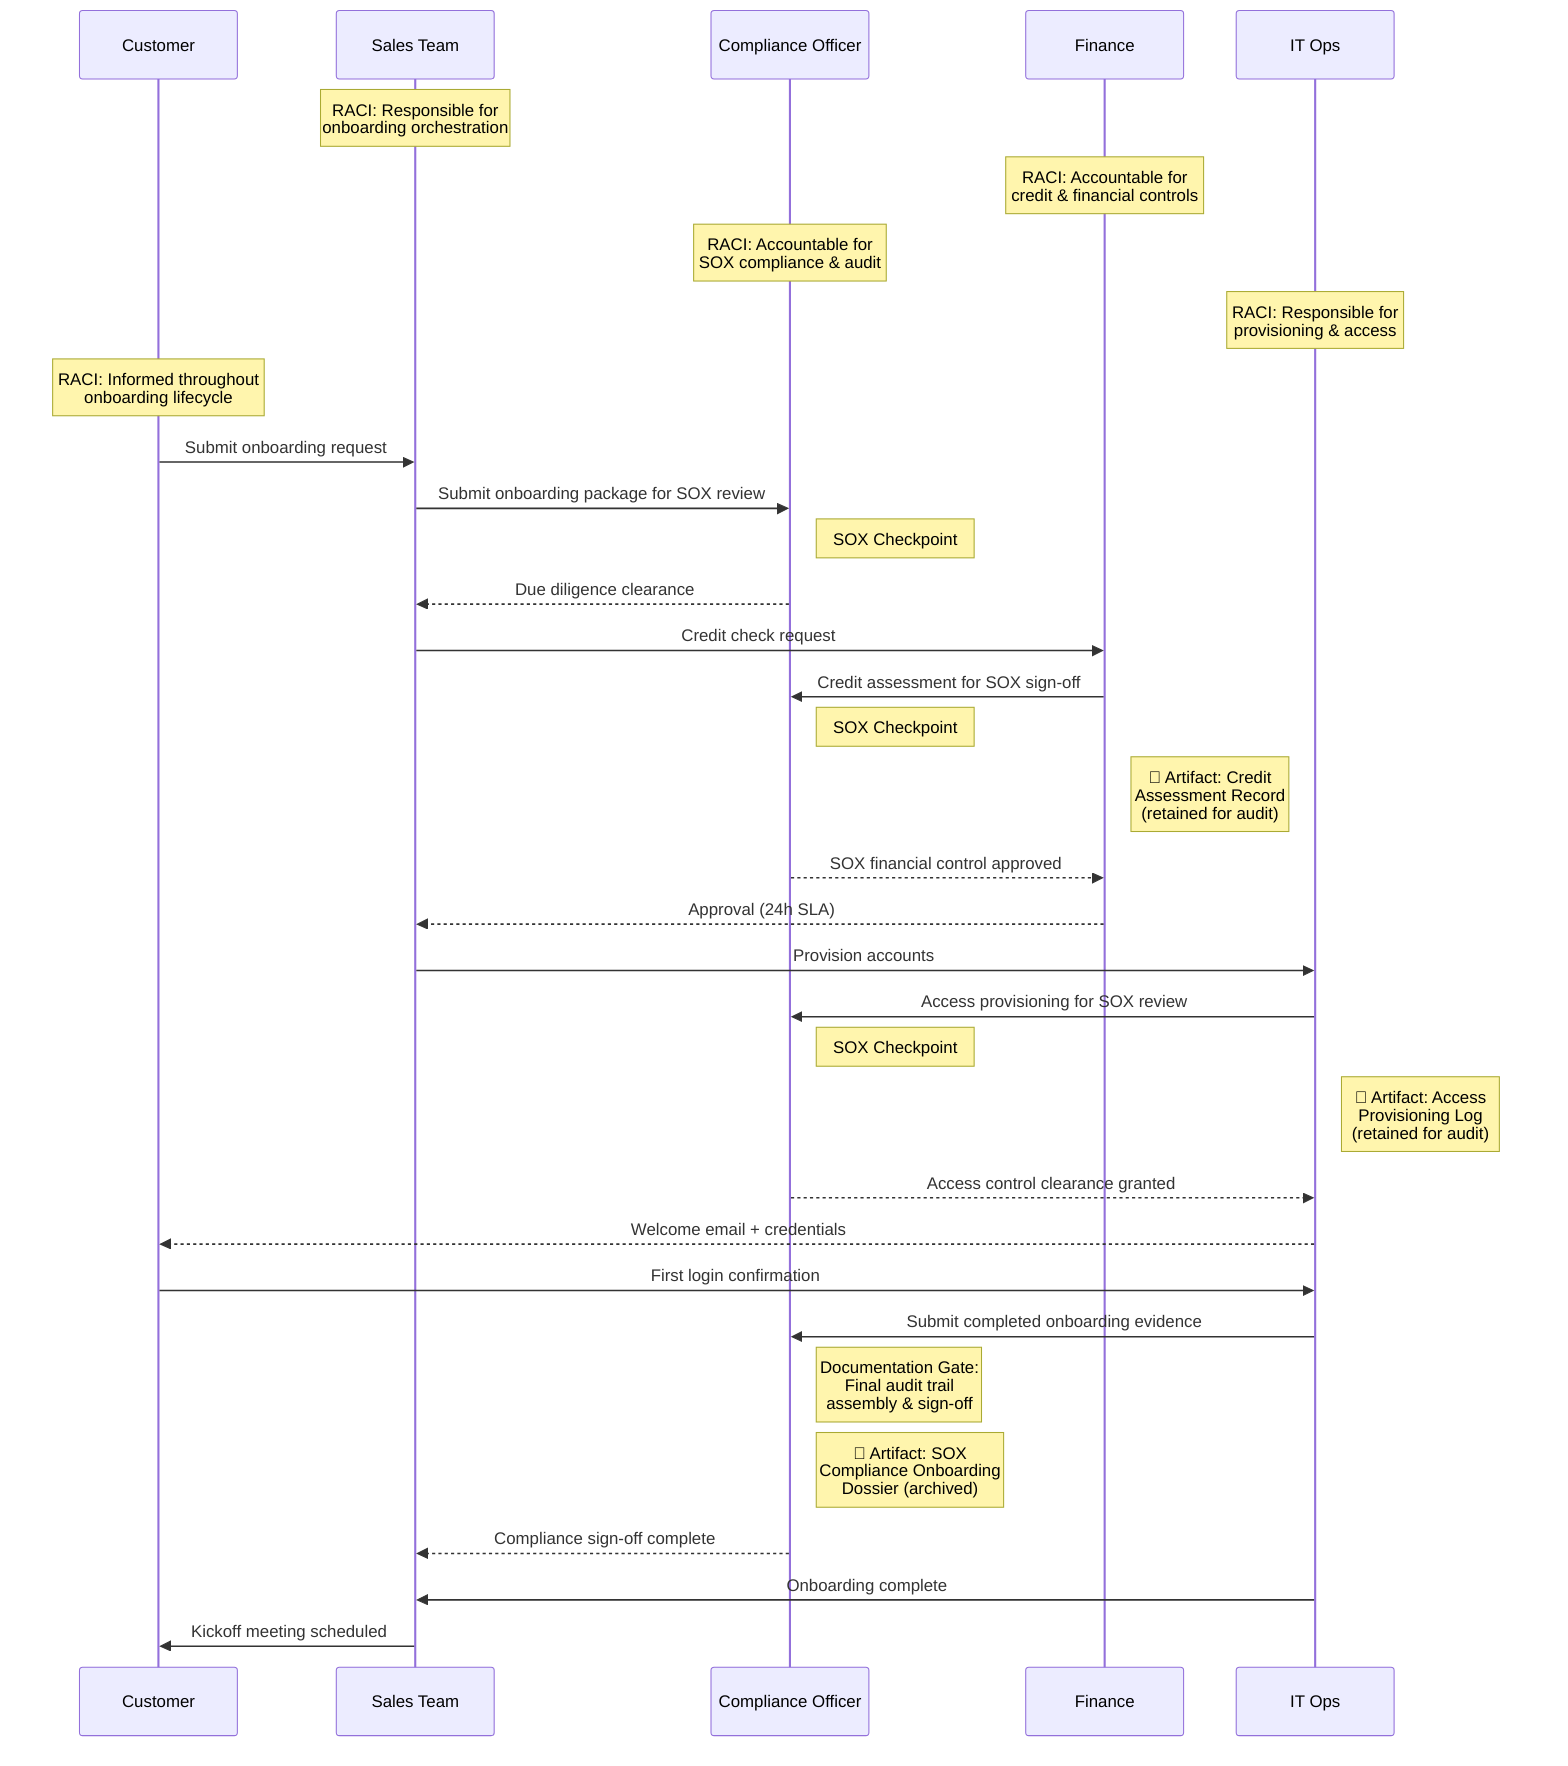
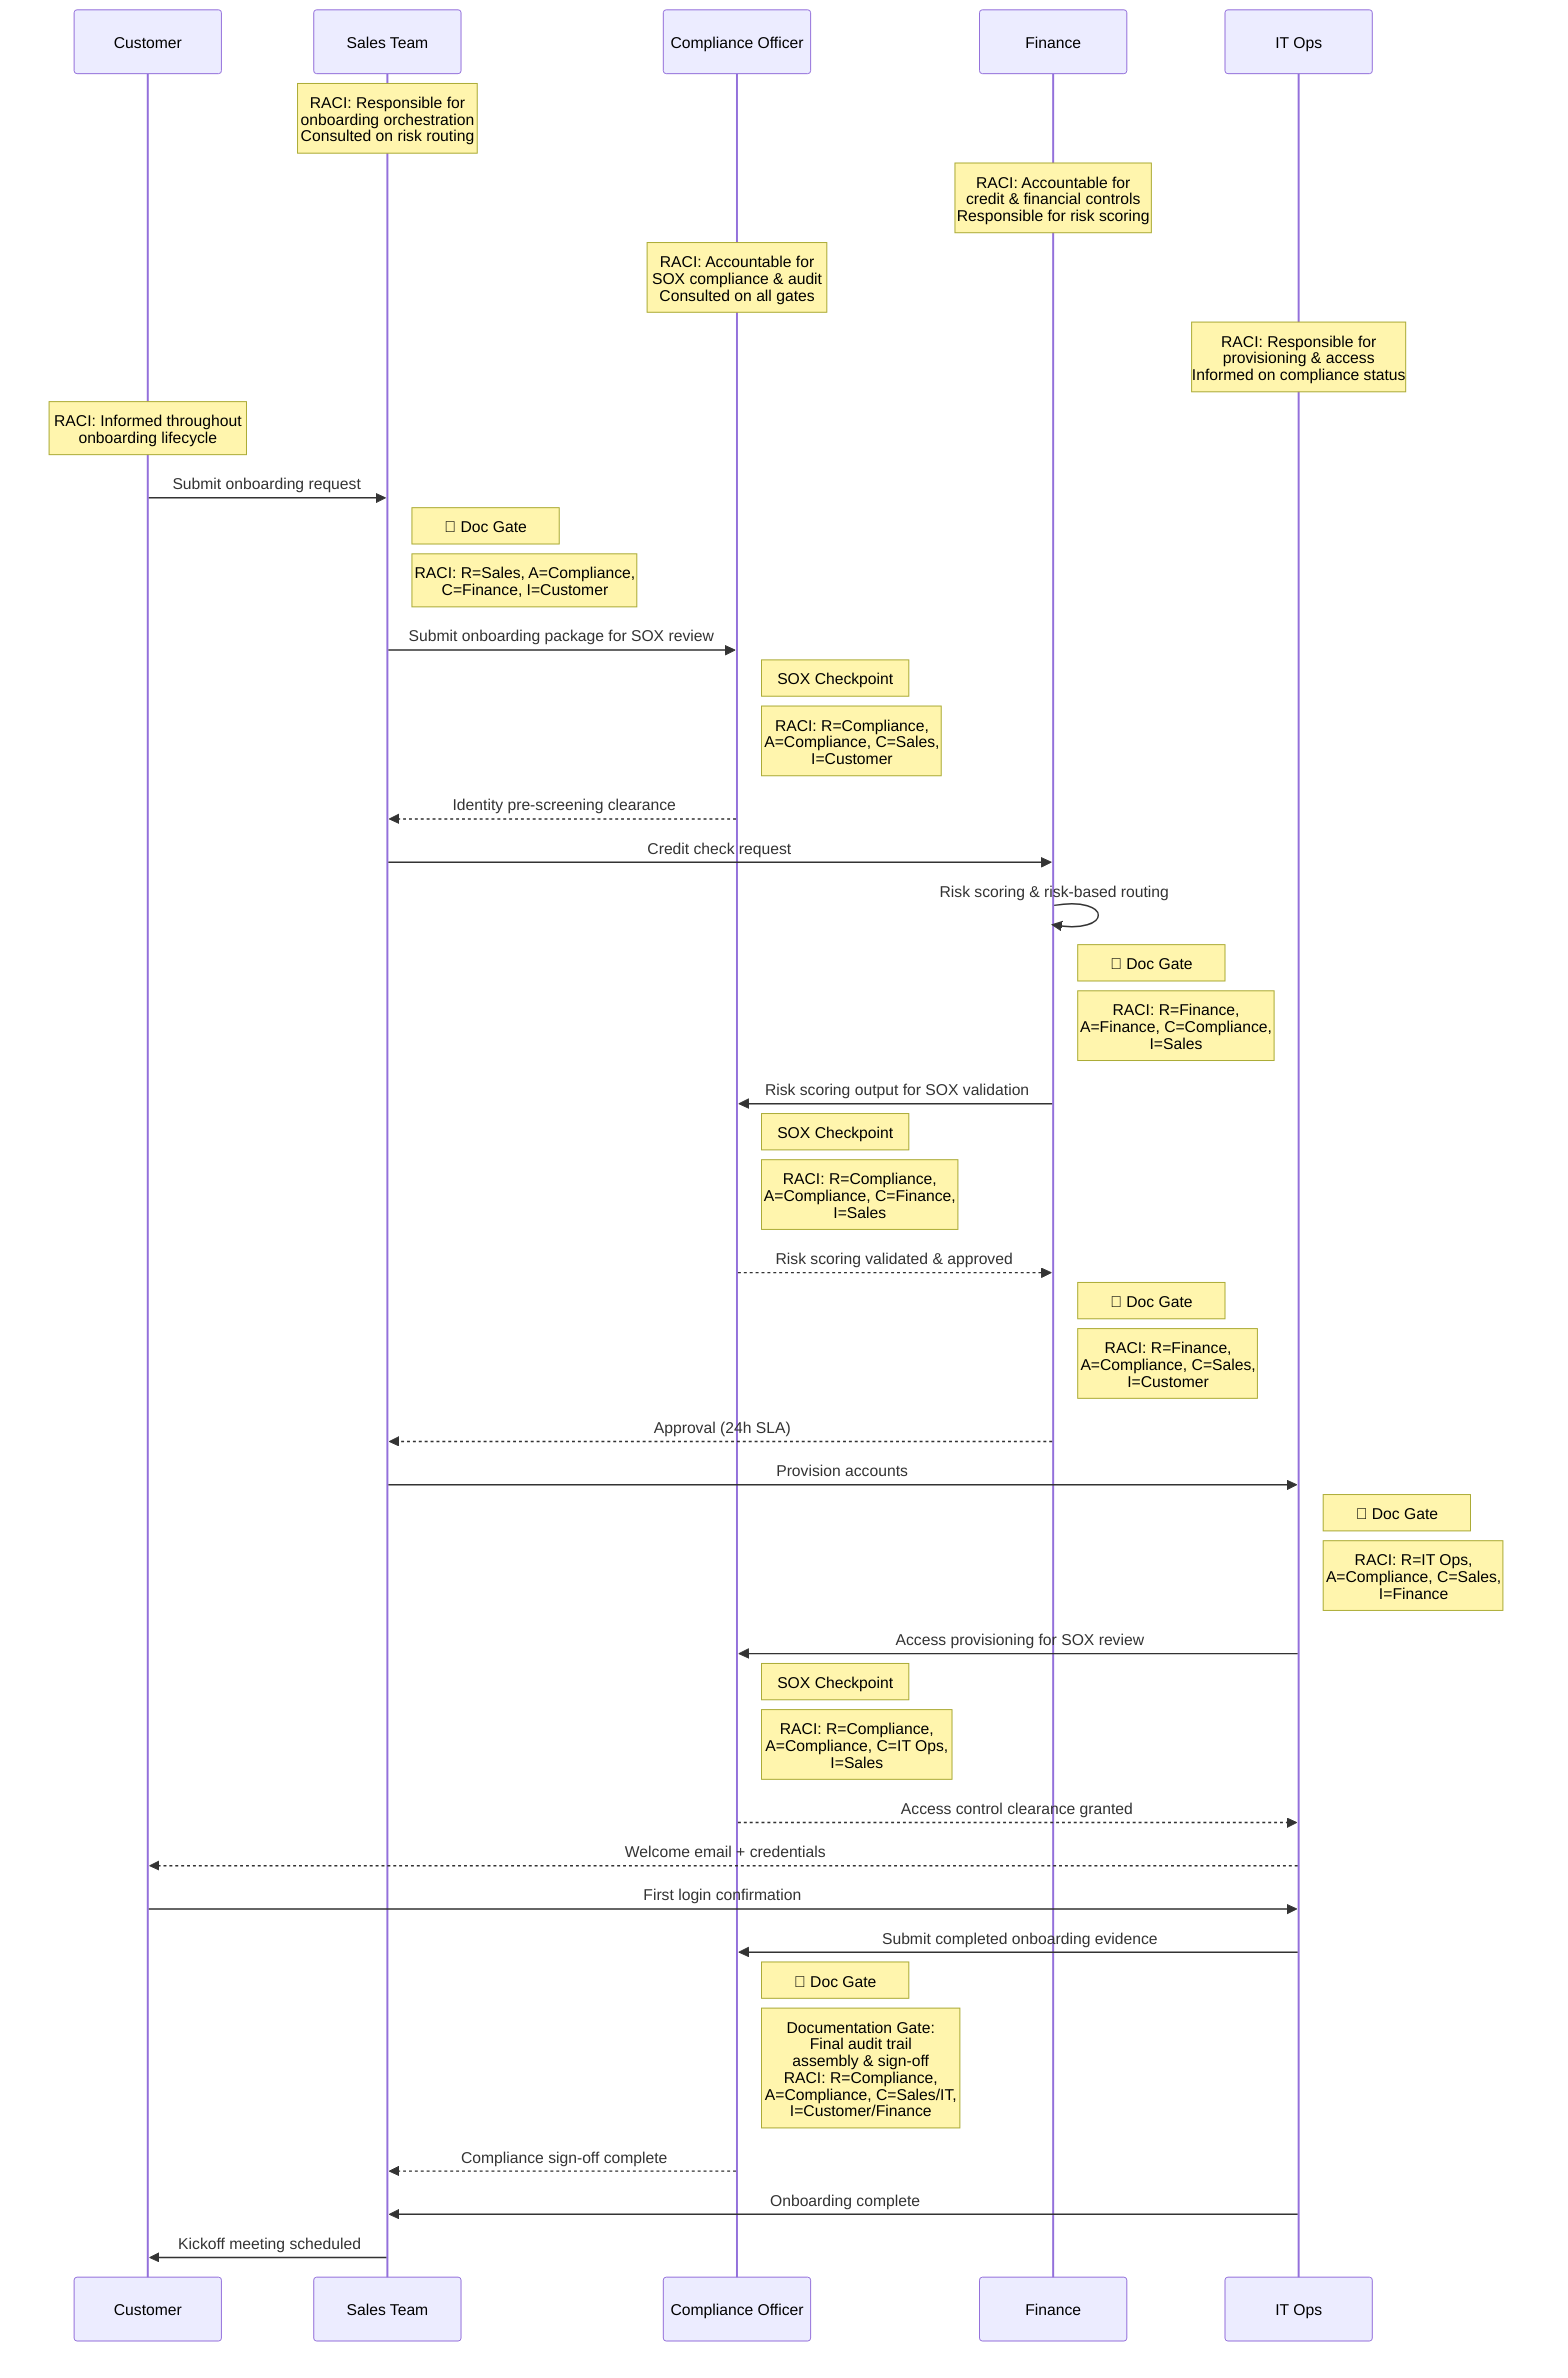
sequenceDiagram
    participant C as Customer
    participant S as Sales Team
    participant CO as Compliance Officer
    participant F as Finance
    participant IT as IT Ops

-     %% ⚡ CHANGED SECTION - RACI annotations via notes
-     note over S: RACI: Responsible for<br/>onboarding orchestration
-     note over F: RACI: Accountable for<br/>credit & financial controls
-     note over CO: RACI: Accountable for<br/>SOX compliance & audit
-     note over IT: RACI: Responsible for<br/>provisioning & access
+     %% ⚡ CHANGED SECTION - RACI annotations updated with full R/A/C/I labels
+     note over S: RACI: Responsible for<br/>onboarding orchestration<br/>Consulted on risk routing
+     note over F: RACI: Accountable for<br/>credit & financial controls<br/>Responsible for risk scoring
+     note over CO: RACI: Accountable for<br/>SOX compliance & audit<br/>Consulted on all gates
+     note over IT: RACI: Responsible for<br/>provisioning & access<br/>Informed on compliance status
    note over C: RACI: Informed throughout<br/>onboarding lifecycle

    C->>S: Submit onboarding request

-     %% ⚡ CHANGED SECTION - SOX control: request documentation gate
+     %% ⚡ CHANGED SECTION - Documentation Gate #1: Request Intake
+     note right of S: 📄 Doc Gate #1:<br/>Request Intake Record<br/>(timestamp, customer ID,<br/>channel, request hash)<br/>Retained for audit
+     note right of S: RACI: R=Sales, A=Compliance,<br/>C=Finance, I=Customer
+ 
+     %% SOX Checkpoint #1: Identity pre-screening BEFORE credit check
    S->>CO: Submit onboarding package for SOX review
-     note right of CO: SOX Checkpoint #1:<br/>Customer due diligence<br/>& request validation
-     CO-->>S: Due diligence clearance
+     note right of CO: SOX Checkpoint #1:<br/>Identity pre-screening<br/>& customer due diligence<br/>(KYC/AML validation)<br/>Must complete before<br/>credit check proceeds
+     note right of CO: RACI: R=Compliance,<br/>A=Compliance, C=Sales,<br/>I=Customer
+     CO-->>S: Identity pre-screening clearance

    S->>F: Credit check request

-     %% ⚡ CHANGED SECTION - SOX control: financial approval documentation
-     F->>CO: Credit assessment for SOX sign-off
-     note right of CO: SOX Checkpoint #2:<br/>Financial control<br/>verification (SOX 404)
-     note right of F: 📄 Artifact: Credit<br/>Assessment Record<br/>(retained for audit)
-     CO-->>F: SOX financial control approved
+     %% ⚡ CHANGED SECTION - Documentation Gate #2: Risk Assessment
+     F->>F: Risk scoring & risk-based routing
+     note right of F: 📄 Doc Gate #2:<br/>Risk Assessment Record<br/>(score, model version,<br/>routing decision rationale,<br/>expedited vs standard path)<br/>Retained for audit
+     note right of F: RACI: R=Finance,<br/>A=Finance, C=Compliance,<br/>I=Sales
+ 
+     %% SOX Checkpoint #2: Validation of risk scoring output
+     F->>CO: Risk scoring output for SOX validation
+     note right of CO: SOX Checkpoint #2:<br/>Risk scoring validation<br/>& routing decision review<br/>(SOX 404 financial control)<br/>Verify risk model output<br/>& confirm routing path
+     note right of CO: RACI: R=Compliance,<br/>A=Compliance, C=Finance,<br/>I=Sales
+     CO-->>F: Risk scoring validated & approved
+ 
+     %% ⚡ CHANGED SECTION - Documentation Gate #3: Approval Justification
+     note right of F: 📄 Doc Gate #3:<br/>Approval Justification<br/>Record (credit decision,<br/>risk tier, approval basis,<br/>any expedited path rationale)<br/>Retained for audit
+     note right of F: RACI: R=Finance,<br/>A=Compliance, C=Sales,<br/>I=Customer

    F-->>S: Approval (24h SLA)

    S->>IT: Provision accounts

-     %% ⚡ CHANGED SECTION - SOX control: access provisioning review
+     %% ⚡ CHANGED SECTION - Documentation Gate #4: Audit Logging
+     note right of IT: 📄 Doc Gate #4:<br/>Audit Log Record<br/>(provisioned systems,<br/>permission sets, timestamps,<br/>segregation-of-duties check)<br/>Retained for audit
+     note right of IT: RACI: R=IT Ops,<br/>A=Compliance, C=Sales,<br/>I=Finance
+ 
+     %% SOX Checkpoint #3: Access control review after provisioning
    IT->>CO: Access provisioning for SOX review
-     note right of CO: SOX Checkpoint #3:<br/>Access control &<br/>segregation of duties<br/>review (SOX IT GC)
-     note right of IT: 📄 Artifact: Access<br/>Provisioning Log<br/>(retained for audit)
+     note right of CO: SOX Checkpoint #3:<br/>Access control &<br/>segregation of duties<br/>review (SOX IT GC)<br/>Post-provisioning verification
+     note right of CO: RACI: R=Compliance,<br/>A=Compliance, C=IT Ops,<br/>I=Sales
    CO-->>IT: Access control clearance granted

    IT-->>C: Welcome email + credentials
    C->>IT: First login confirmation

-     %% ⚡ CHANGED SECTION - Final documentation gate
+     %% ⚡ CHANGED SECTION - Documentation Gate #5: Closure & final evidence assembly
    IT->>CO: Submit completed onboarding evidence
-     note right of CO: Documentation Gate:<br/>Final audit trail<br/>assembly & sign-off
-     note right of CO: 📄 Artifact: SOX<br/>Compliance Onboarding<br/>Dossier (archived)
+     note right of CO: 📄 Doc Gate #5:<br/>Closure Record &<br/>SOX Compliance Onboarding<br/>Dossier (all 5 gate artifacts<br/>assembled, cross-referenced,<br/>archived with retention policy)
+     note right of CO: Documentation Gate:<br/>Final audit trail<br/>assembly & sign-off<br/>RACI: R=Compliance,<br/>A=Compliance, C=Sales/IT,<br/>I=Customer/Finance
    CO-->>S: Compliance sign-off complete

    IT->>S: Onboarding complete
    S->>C: Kickoff meeting scheduled

%% EXPLANATION:
- %% Added a Compliance Officer participant to perform three SOX checkpoints: (1) due diligence validation before credit check, (2) financial control verification after credit assessment per SOX 404, and (3) access control and segregation-of-duties review before provisioning completes. RACI annotations were added as notes over each participant to clarify accountability. Documentation artifacts (Credit Assessment Record, Access Provisioning Log, SOX Compliance Onboarding Dossier) are attached as note annotations rather than inline flow steps, preserving the main sequence while making audit trail requirements visible. A final documentation gate ensures the Compliance Officer assembles and signs off on the complete evidence package before onboarding is declared complete.+ %% Restructured the three SOX checkpoints to match the requested placement: (1) identity pre-screening now explicitly gates before the credit check, (2) a new risk scoring validation checkpoint was added after Finance performs risk scoring and routing—preserving the existing risk-based and expedited path logic untouched—and (3) the access control review remains post-provisioning. Five numbered documentation gates were added as note artifacts at request intake (#1), risk assessment (#2), approval justification (#3), audit logging at provisioning (#4), and closure/dossier assembly (#5), each attached to the owning participant rather than inline in the flow. Every major decision point and gate now carries a full RACI label (Responsible, Accountable, Consulted, Informed) as separate note annotations. No existing sequence flow arrows or business logic were removed or rerouted.